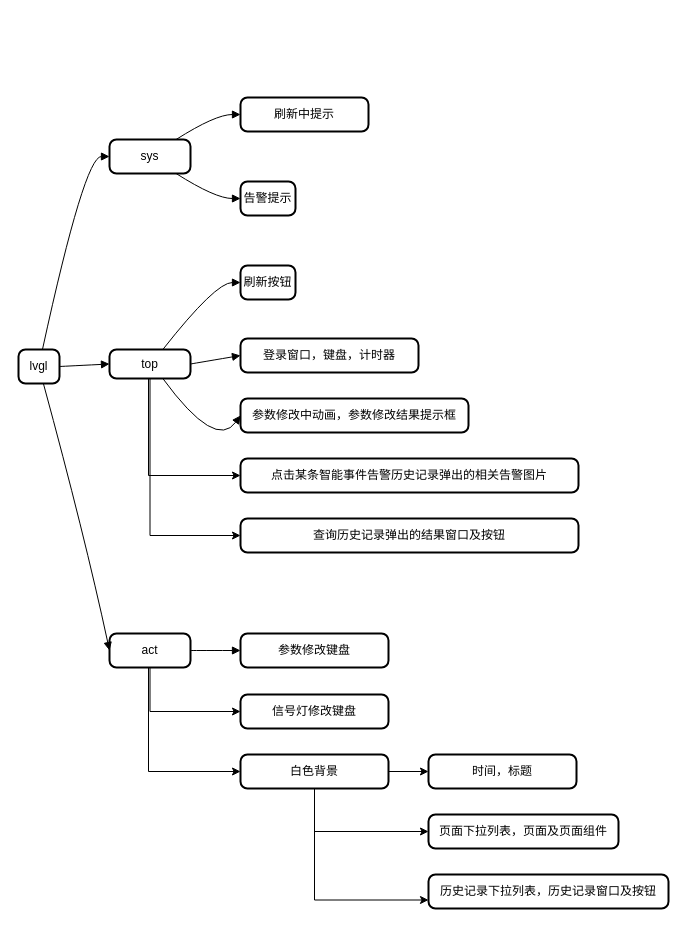
Above: 智能电力网关/树形结构.drawio in chen-9824/FlowChart (draw.io), before the change. Source tidied: cells renumbered, new cells numbered last; positions are measured from the earlier drawing's top-left corner, leaving out a move shared by most shapes. Both pictures are drawn from the tidied source at 100%, with x=0, y=0 at pixel (18, 97).
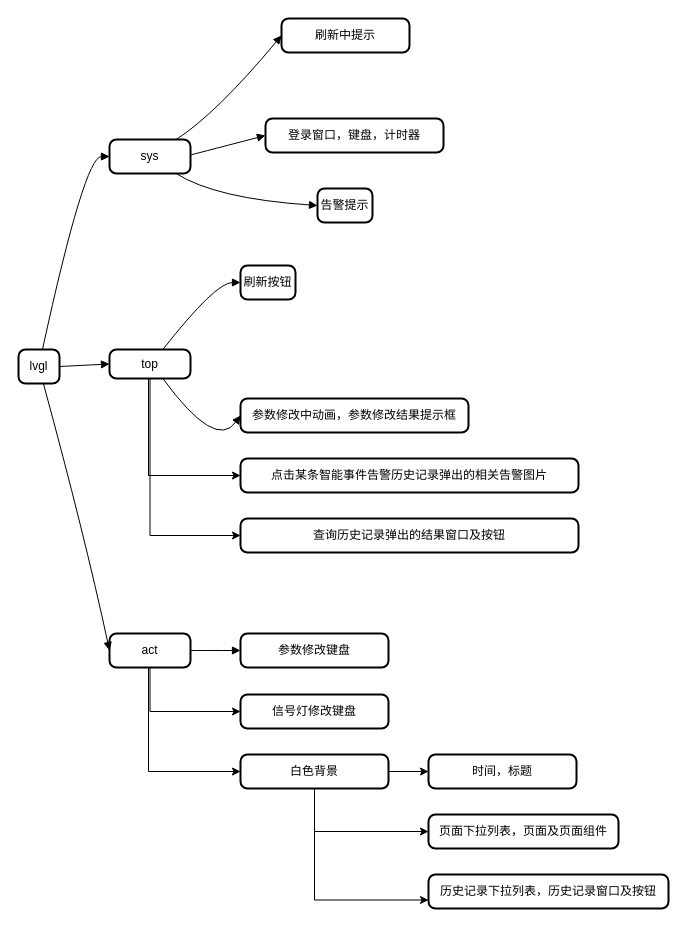
The same diagram, later.

Commit message:
更新树形结构.drawio

Unchanged cells that the change refers to:
```xml
<mxCell id="6" value="top" style="rounded=1;absoluteArcSize=1;arcSize=14;whiteSpace=wrap;strokeWidth=2;" parent="1" vertex="1">
  <mxGeometry x="91" y="252" width="81" height="29" as="geometry" />
</mxCell>
```

The edit, as a diff of the source:
```diff
@@
     <mxCell id="10" value="刷新中提示" style="rounded=1;absoluteArcSize=1;arcSize=14;whiteSpace=wrap;strokeWidth=2;" parent="1" vertex="1">
-      <mxGeometry x="222" width="128" height="34" as="geometry" />
+      <mxGeometry x="263" y="-79" width="128" height="34" as="geometry" />
     </mxCell>
     <mxCell id="11" value="告警提示" style="rounded=1;absoluteArcSize=1;arcSize=14;whiteSpace=wrap;strokeWidth=2;" parent="1" vertex="1">
-      <mxGeometry x="222" y="84" width="55" height="34" as="geometry" />
+      <mxGeometry x="299" y="91" width="55" height="34" as="geometry" />
     </mxCell>
@@
     <mxCell id="13" value="登录窗口，键盘，计时器" style="rounded=1;absoluteArcSize=1;arcSize=14;whiteSpace=wrap;strokeWidth=2;" parent="1" vertex="1">
-      <mxGeometry x="222" y="241" width="178" height="34" as="geometry" />
+      <mxGeometry x="247" y="21" width="178" height="34" as="geometry" />
     </mxCell>
@@
-    <mxCell id="22" style="curved=1;startArrow=none;endArrow=block;exitX=0.9948881172839507;exitY=0.5;entryX=-0.007393973214285714;entryY=0.5;" parent="1" edge="1" source="6" target="13">
-      <mxGeometry relative="1" as="geometry" />
+    <mxCell id="22" style="curved=1;startArrow=none;endArrow=block;exitX=0.9948881172839507;exitY=0.5;entryX=-0.007393973214285714;entryY=0.5;" parent="1" edge="1" target="13">
+      <mxGeometry relative="1" as="geometry">
+        <mxPoint x="172" y="57.5" as="sourcePoint" />
+      </mxGeometry>
     </mxCell>
```
